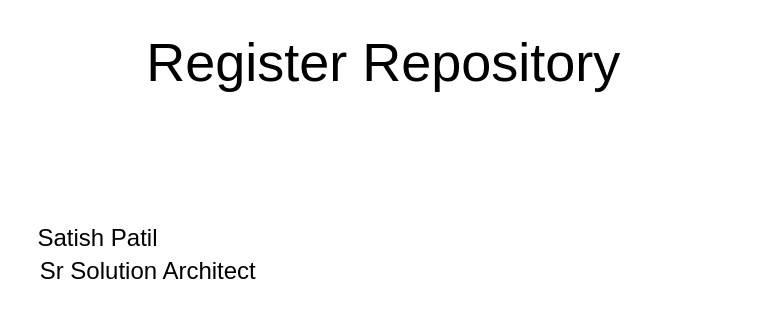
Above: page "Market" (8 of 9) of static/slides/capabilities.drawio in aws-samples/eks-blueprints-for-terraform-workshop (draw.io), before the change. Source tidied: cells renumbered, new cells numbered last; positions are measured from the earlier drawing's top-left corner, leaving out a move shared by most shapes. Both pictures are drawn from the tidied source at 150%, with x=0, y=0 at pixel (26, 39).
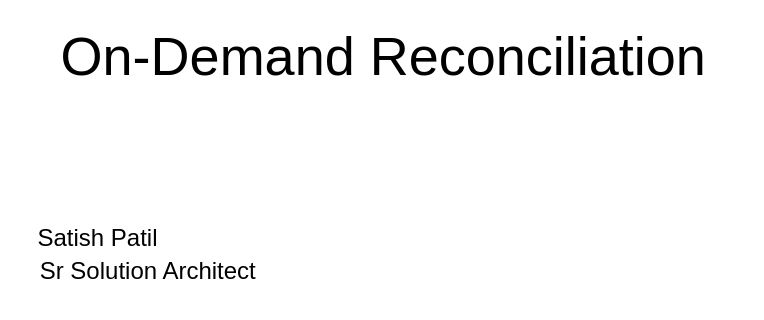
The same page after the edit.

Change to the diagram source:
```diff
@@
 <mxGraphModel>
   <root>
     <mxCell id="0" />
     <mxCell id="1" parent="0" />
-    <mxCell id="2" value="&lt;font style=&quot;font-size: 36px;&quot;&gt;Register Repository&lt;/font&gt;" style="text;html=1;strokeColor=none;fillColor=none;align=center;verticalAlign=middle;whiteSpace=wrap;rounded=0;" parent="1" vertex="1">
+    <mxCell id="2" value="&lt;div style=&quot;background-color: rgb(255, 255, 255); line-height: 18px;&quot;&gt;&lt;font style=&quot;font-size: 36px;&quot;&gt;On-Demand Reconciliation&lt;/font&gt;&lt;/div&gt;" style="text;html=1;strokeColor=none;fillColor=none;align=center;verticalAlign=middle;whiteSpace=wrap;rounded=0;" parent="1" vertex="1">
       <mxGeometry x="2" width="473" height="30" as="geometry" />
     </mxCell>
     <mxCell id="3" value="Satish Patil" style="text;html=1;strokeColor=none;fillColor=none;align=center;verticalAlign=middle;whiteSpace=wrap;rounded=0;fontSize=16;" parent="1" vertex="1">
       <mxGeometry y="117" width="96" height="30" as="geometry" />
     </mxCell>
     <mxCell id="4" value="Sr Solution Architect" style="text;html=1;strokeColor=none;fillColor=none;align=center;verticalAlign=middle;whiteSpace=wrap;rounded=0;fontSize=16;" parent="1" vertex="1">
       <mxGeometry x="4" y="139" width="155" height="30" as="geometry" />
     </mxCell>
   </root>
 </mxGraphModel>
```
